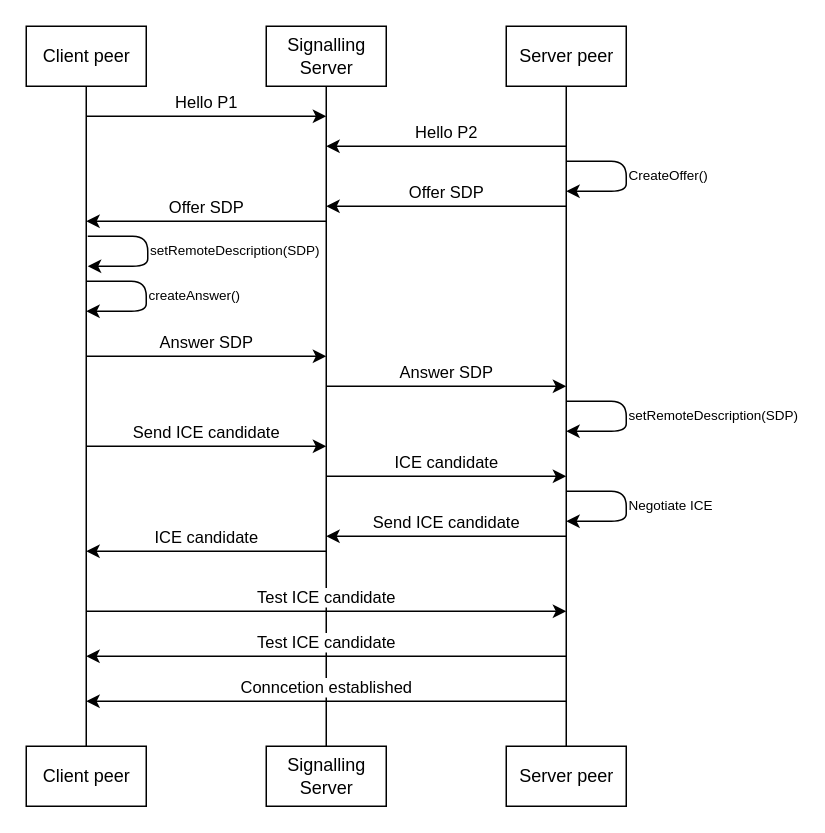
Above: page "Signalling Server connection sequence" (5 of 10) of docs/img/Architecture.drawio in Truvam/web-3d (draw.io), before the change. Source tidied: cells renumbered, new cells numbered last; positions are measured from the earlier drawing's top-left corner, leaving out a move shared by most shapes. Both pictures are drawn from the tidied source at 150%, with x=0, y=0 at pixel (26, 26).
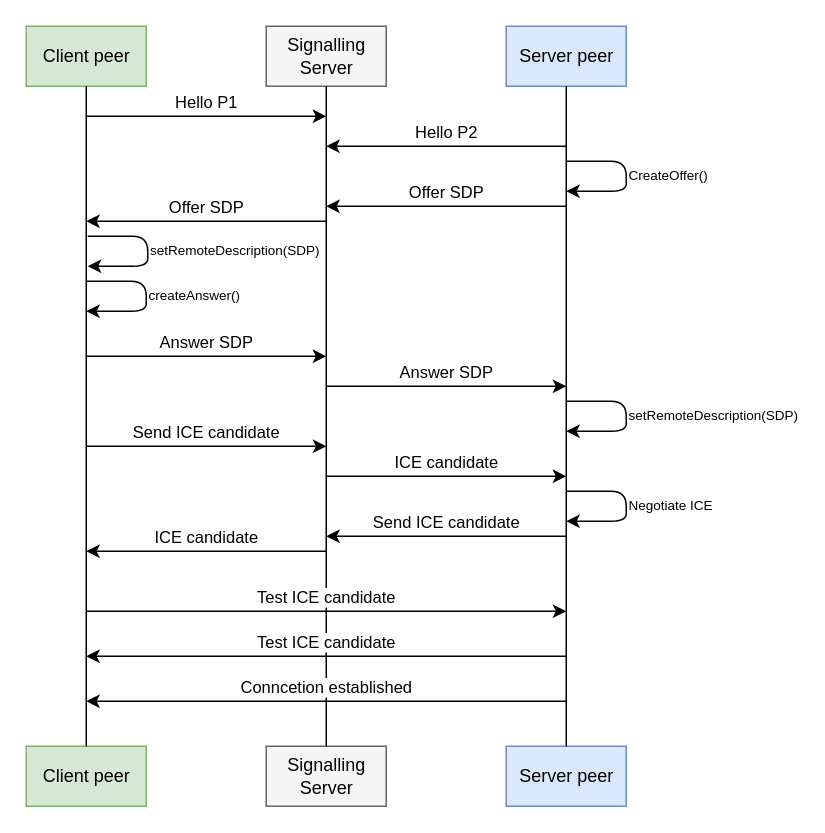
Above is the later version.

Unchanged cells that the change refers to:
```xml
<mxCell id="2" style="group;" parent="1" vertex="1">
  <mxGeometry width="80" height="40" as="geometry" />
</mxCell>
<mxCell id="5" style="group;" parent="1" vertex="1">
  <mxGeometry x="160" width="80" height="40" as="geometry" />
</mxCell>
<mxCell id="8" style="group;" parent="1" vertex="1">
  <mxGeometry x="320" width="80" height="40" as="geometry" />
</mxCell>
<mxCell id="11" style="group;" parent="1" vertex="1">
  <mxGeometry y="480" width="80" height="40" as="geometry" />
</mxCell>
<mxCell id="15" style="group;" parent="1" vertex="1">
  <mxGeometry x="160" y="480" width="80" height="40" as="geometry" />
</mxCell>
<mxCell id="19" style="group;" parent="1" vertex="1">
  <mxGeometry x="320" y="480" width="80" height="40" as="geometry" />
</mxCell>
```

What changed in the source:
```diff
@@
-    <mxCell id="3" style="rounded=0;whiteSpace=wrap;html=1;" parent="2" vertex="1">
+    <mxCell id="3" style="rounded=0;whiteSpace=wrap;html=1;fillColor=#d5e8d4;strokeColor=#82b366;" parent="2" vertex="1">
       <mxGeometry width="80" height="40" as="geometry" />
     </mxCell>
@@
-    <mxCell id="6" style="rounded=0;whiteSpace=wrap;html=1;" parent="5" vertex="1">
+    <mxCell id="6" style="rounded=0;whiteSpace=wrap;html=1;fillColor=#f5f5f5;strokeColor=#666666;fontColor=#333333;" parent="5" vertex="1">
       <mxGeometry width="80" height="40" as="geometry" />
     </mxCell>
@@
-    <mxCell id="9" style="rounded=0;whiteSpace=wrap;html=1;" parent="8" vertex="1">
+    <mxCell id="9" style="rounded=0;whiteSpace=wrap;html=1;fillColor=#dae8fc;strokeColor=#6c8ebf;" parent="8" vertex="1">
       <mxGeometry width="80" height="40" as="geometry" />
     </mxCell>
@@
-    <mxCell id="12" style="rounded=0;whiteSpace=wrap;html=1;" parent="11" vertex="1">
+    <mxCell id="12" style="rounded=0;whiteSpace=wrap;html=1;fillColor=#d5e8d4;strokeColor=#82b366;" parent="11" vertex="1">
       <mxGeometry width="80" height="40" as="geometry" />
     </mxCell>
@@
-    <mxCell id="16" style="rounded=0;whiteSpace=wrap;html=1;" parent="15" vertex="1">
+    <mxCell id="16" style="rounded=0;whiteSpace=wrap;html=1;fillColor=#f5f5f5;strokeColor=#666666;fontColor=#333333;" parent="15" vertex="1">
       <mxGeometry width="80" height="40" as="geometry" />
     </mxCell>
@@
-    <mxCell id="20" style="rounded=0;whiteSpace=wrap;html=1;" parent="19" vertex="1">
+    <mxCell id="20" style="rounded=0;whiteSpace=wrap;html=1;fillColor=#dae8fc;strokeColor=#6c8ebf;" parent="19" vertex="1">
       <mxGeometry width="80" height="40" as="geometry" />
     </mxCell>
```
